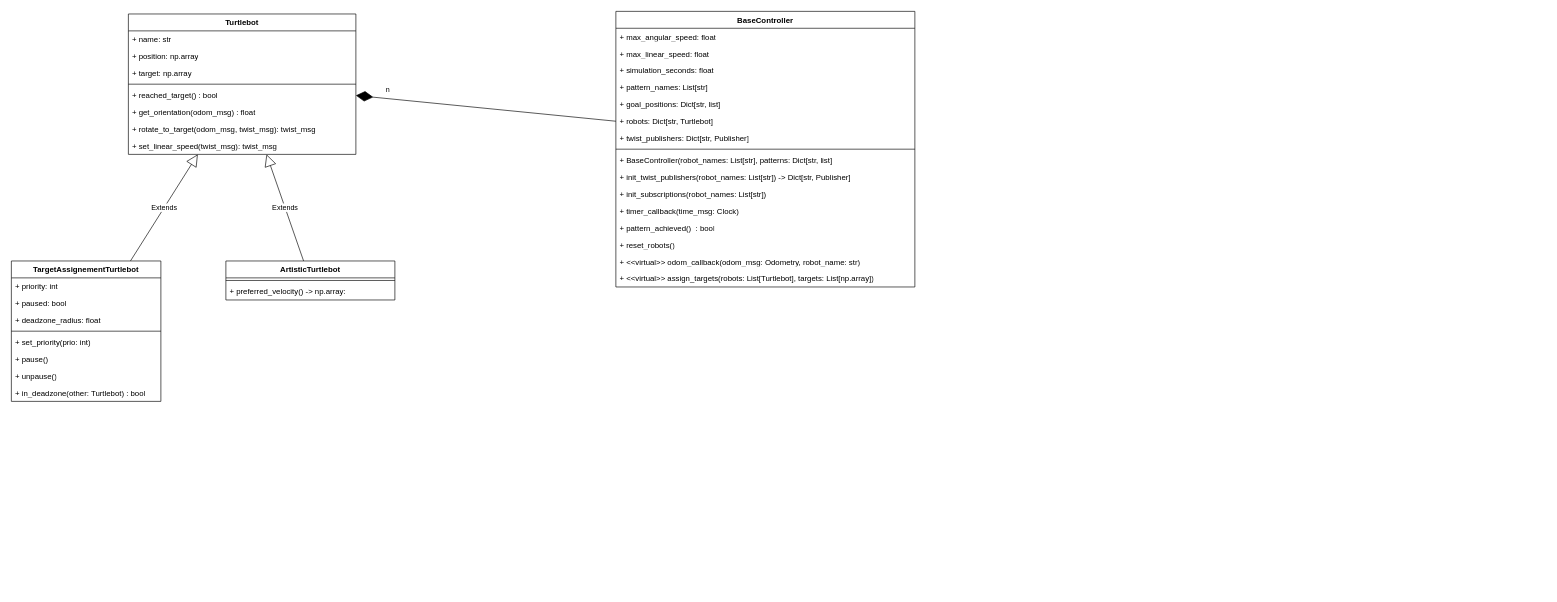
Above: diagrams/class_diagram.drawio in MariiaPoliakovaa/RobotFormations (draw.io), before the change. Source tidied: cells renumbered, new cells numbered last; positions are measured from the earlier drawing's top-left corner, leaving out a move shared by most shapes. Both pictures are drawn from the tidied source at 65%, with x=0, y=0 at pixel (11, 11).
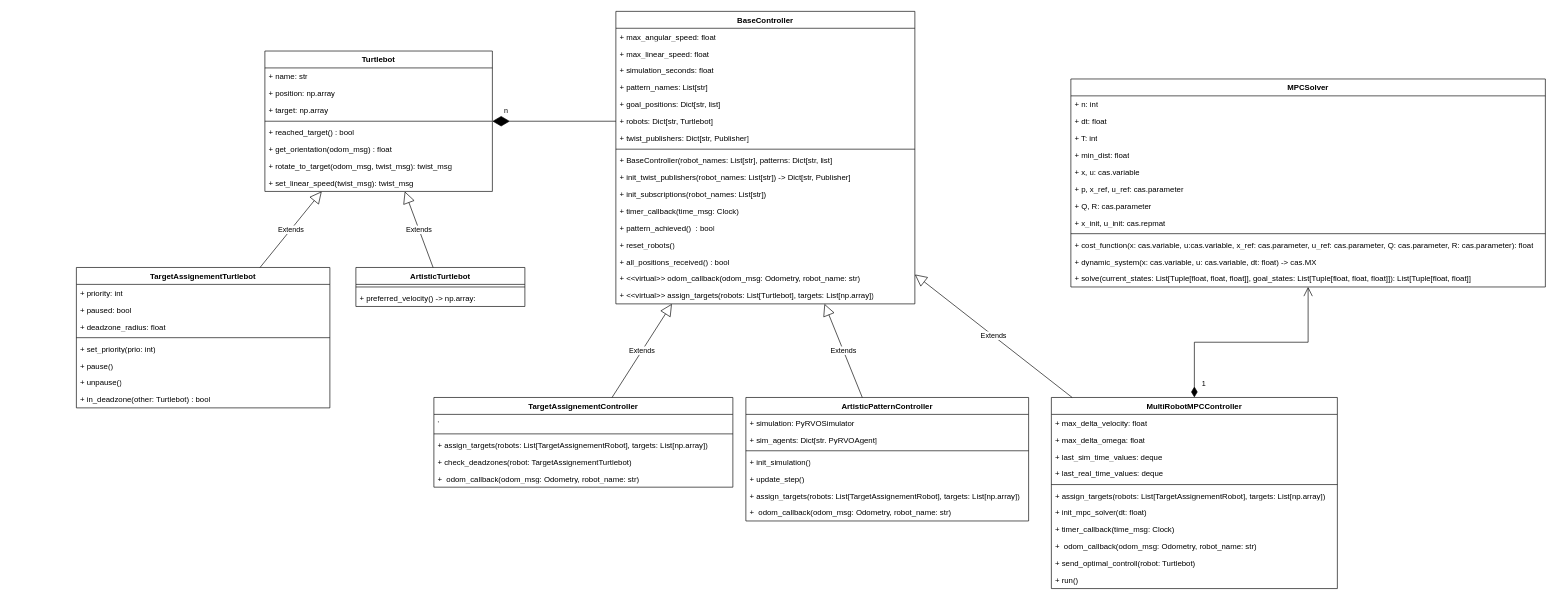
The same page after the edit.

The change refers to these unchanged cells:
```xml
<mxCell id="42" style="endArrow=diamondThin;endFill=1;endSize=24;html=1;rounded=0;exitX=0;exitY=0.5;exitDx=0;exitDy=0;" parent="1" edge="1" source="31" target="2">
  <mxGeometry relative="1" as="geometry" />
</mxCell>
```

Change to the diagram source:
```diff
@@
     <mxCell id="2" value="Turtlebot" style="swimlane;fontStyle=1;align=center;verticalAlign=top;horizontal=1;startSize=26;whiteSpace=wrap;html=1;" parent="1" vertex="1">
-      <mxGeometry x="180" y="4" width="350" height="216" as="geometry" />
+      <mxGeometry x="390" y="61" width="350" height="216" as="geometry" />
     </mxCell>
@@
     <mxCell id="11" value="TargetAssignementTurtlebot" style="swimlane;fontStyle=1;align=center;verticalAlign=top;horizontal=1;startSize=26;whiteSpace=wrap;html=1;" parent="1" vertex="1">
-      <mxGeometry y="384" width="230" height="216" as="geometry" />
+      <mxGeometry x="100" y="394" width="390" height="216" as="geometry" />
     </mxCell>
     <mxCell id="12" value="+ priority: int" style="text;strokeColor=none;fillColor=none;align=left;verticalAlign=top;spacingLeft=4;spacingRight=4;overflow=hidden;whiteSpace=wrap;html=1;" parent="11" vertex="1">
-      <mxGeometry y="26" width="230" height="26" as="geometry" />
+      <mxGeometry y="26" width="390" height="26" as="geometry" />
     </mxCell>
     <mxCell id="13" value="+ paused: bool" style="text;strokeColor=none;fillColor=none;align=left;verticalAlign=top;spacingLeft=4;spacingRight=4;overflow=hidden;whiteSpace=wrap;html=1;" parent="11" vertex="1">
-      <mxGeometry y="52" width="230" height="26" as="geometry" />
+      <mxGeometry y="52" width="390" height="26" as="geometry" />
     </mxCell>
     <mxCell id="14" value="+ deadzone_radius: float" style="text;strokeColor=none;fillColor=none;align=left;verticalAlign=top;spacingLeft=4;spacingRight=4;overflow=hidden;whiteSpace=wrap;html=1;" parent="11" vertex="1">
-      <mxGeometry y="78" width="230" height="26" as="geometry" />
+      <mxGeometry y="78" width="390" height="26" as="geometry" />
     </mxCell>
     <mxCell id="15" style="line;strokeWidth=1;fillColor=none;align=left;verticalAlign=middle;spacingTop=-1;spacingLeft=3;spacingRight=3;labelPosition=right;strokeColor=inherit;" parent="11" vertex="1">
-      <mxGeometry y="104" width="230" height="8" as="geometry" />
+      <mxGeometry y="104" width="390" height="8" as="geometry" />
     </mxCell>
     <mxCell id="16" value="+ set_priority(prio: int)" style="text;strokeColor=none;fillColor=none;align=left;verticalAlign=top;spacingLeft=4;spacingRight=4;overflow=hidden;whiteSpace=wrap;html=1;" parent="11" vertex="1">
-      <mxGeometry y="112" width="230" height="26" as="geometry" />
+      <mxGeometry y="112" width="390" height="26" as="geometry" />
     </mxCell>
     <mxCell id="17" value="+ pause()" style="text;strokeColor=none;fillColor=none;align=left;verticalAlign=top;spacingLeft=4;spacingRight=4;overflow=hidden;whiteSpace=wrap;html=1;" parent="11" vertex="1">
-      <mxGeometry y="138" width="230" height="26" as="geometry" />
+      <mxGeometry y="138" width="390" height="26" as="geometry" />
     </mxCell>
     <mxCell id="18" value="+ unpause()" style="text;strokeColor=none;fillColor=none;align=left;verticalAlign=top;spacingLeft=4;spacingRight=4;overflow=hidden;whiteSpace=wrap;html=1;" parent="11" vertex="1">
-      <mxGeometry y="164" width="230" height="26" as="geometry" />
+      <mxGeometry y="164" width="390" height="26" as="geometry" />
     </mxCell>
     <mxCell id="19" value="+ in_deadzone(other: Turtlebot) : bool" style="text;strokeColor=none;fillColor=none;align=left;verticalAlign=top;spacingLeft=4;spacingRight=4;overflow=hidden;whiteSpace=wrap;html=1;" parent="11" vertex="1">
-      <mxGeometry y="190" width="230" height="26" as="geometry" />
+      <mxGeometry y="190" width="390" height="26" as="geometry" />
     </mxCell>
     <mxCell id="20" value="ArtisticTurtlebot" style="swimlane;fontStyle=1;align=center;verticalAlign=top;horizontal=1;startSize=26;whiteSpace=wrap;html=1;" parent="1" vertex="1">
-      <mxGeometry x="330" y="384" width="260" height="60" as="geometry" />
+      <mxGeometry x="530" y="394" width="260" height="60" as="geometry" />
     </mxCell>
@@
     <mxCell id="25" value="BaseController" style="swimlane;fontStyle=1;align=center;verticalAlign=top;horizontal=1;startSize=26;whiteSpace=wrap;html=1;" parent="1" vertex="1">
-      <mxGeometry x="930" width="460" height="424" as="geometry" />
+      <mxGeometry x="930" width="460" height="450" as="geometry" />
     </mxCell>
@@
+    <mxCell id="44" value="+ all_positions_received() : bool" style="text;strokeColor=none;fillColor=none;align=left;verticalAlign=top;spacingLeft=4;spacingRight=4;overflow=hidden;whiteSpace=wrap;html=1;" parent="25" vertex="1">
+      <mxGeometry y="372" width="460" height="26" as="geometry" />
+    </mxCell>
     <mxCell id="40" value="+ &amp;lt;&amp;lt;virtual&amp;gt;&amp;gt; odom_callback(odom_msg: Odometry, robot_name: str)" style="text;strokeColor=none;fillColor=none;align=left;verticalAlign=top;spacingLeft=4;spacingRight=4;overflow=hidden;whiteSpace=wrap;html=1;" parent="25" vertex="1">
-      <mxGeometry y="372" width="460" height="26" as="geometry" />
+      <mxGeometry y="398" width="460" height="26" as="geometry" />
     </mxCell>
     <mxCell id="41" value="+ &amp;lt;&amp;lt;virtual&amp;gt;&amp;gt; assign_targets(robots: List[Turtlebot], targets: List[np.array])" style="text;strokeColor=none;fillColor=none;align=left;verticalAlign=top;spacingLeft=4;spacingRight=4;overflow=hidden;whiteSpace=wrap;html=1;" parent="25" vertex="1">
-      <mxGeometry y="398" width="460" height="26" as="geometry" />
+      <mxGeometry y="424" width="460" height="26" as="geometry" />
     </mxCell>
@@
     <mxCell id="43" value="n" style="edgeLabel;html=1;align=center;verticalAlign=middle;" parent="42" vertex="1">
       <mxGeometry x="-0.51" relative="1" as="geometry">
-        <mxPoint x="-254" y="-40" as="offset" />
+        <mxPoint x="-123" y="-17" as="offset" />
       </mxGeometry>
     </mxCell>
+    <mxCell id="45" value="TargetAssignementController" style="swimlane;fontStyle=1;align=center;verticalAlign=top;horizontal=1;startSize=26;whiteSpace=wrap;html=1;" parent="1" vertex="1">
+      <mxGeometry x="650" y="594" width="460" height="138" as="geometry" />
+    </mxCell>
+    <mxCell id="46" value="'" style="text;strokeColor=none;fillColor=none;align=left;verticalAlign=top;spacingLeft=4;spacingRight=4;overflow=hidden;whiteSpace=wrap;html=1;" parent="45" vertex="1">
+      <mxGeometry y="26" width="460" height="26" as="geometry" />
+    </mxCell>
+    <mxCell id="47" style="line;strokeWidth=1;fillColor=none;align=left;verticalAlign=middle;spacingTop=-1;spacingLeft=3;spacingRight=3;labelPosition=right;strokeColor=inherit;" parent="45" vertex="1">
+      <mxGeometry y="52" width="460" height="8" as="geometry" />
+    </mxCell>
+    <mxCell id="48" value="+ assign_targets(robots: List[TargetAssignementRobot], targets: List[np.array])" style="text;strokeColor=none;fillColor=none;align=left;verticalAlign=top;spacingLeft=4;spacingRight=4;overflow=hidden;whiteSpace=wrap;html=1;" parent="45" vertex="1">
+      <mxGeometry y="60" width="460" height="26" as="geometry" />
+    </mxCell>
+    <mxCell id="49" value="+ check_deadzones(robot: TargetAssignementTurtlebot)" style="text;strokeColor=none;fillColor=none;align=left;verticalAlign=top;spacingLeft=4;spacingRight=4;overflow=hidden;whiteSpace=wrap;html=1;" parent="45" vertex="1">
+      <mxGeometry y="86" width="460" height="26" as="geometry" />
+    </mxCell>
+    <mxCell id="50" value="+&amp;nbsp; odom_callback(odom_msg: Odometry, robot_name: str)" style="text;strokeColor=none;fillColor=none;align=left;verticalAlign=top;spacingLeft=4;spacingRight=4;overflow=hidden;whiteSpace=wrap;html=1;" parent="45" vertex="1">
+      <mxGeometry y="112" width="460" height="26" as="geometry" />
+    </mxCell>
+    <mxCell id="51" value="Extends" style="endArrow=block;endSize=16;endFill=0;html=1;rounded=0;" parent="1" edge="1" source="45" target="25">
+      <mxGeometry relative="1" as="geometry" />
+    </mxCell>
+    <mxCell id="52" value="ArtisticPatternController" style="swimlane;fontStyle=1;align=center;verticalAlign=top;horizontal=1;startSize=26;whiteSpace=wrap;html=1;" parent="1" vertex="1">
+      <mxGeometry x="1130" y="594" width="435" height="190" as="geometry" />
+    </mxCell>
+    <mxCell id="53" value="+ simulation: PyRVOSimulator" style="text;strokeColor=none;fillColor=none;align=left;verticalAlign=top;spacingLeft=4;spacingRight=4;overflow=hidden;whiteSpace=wrap;html=1;" parent="52" vertex="1">
+      <mxGeometry y="26" width="435" height="26" as="geometry" />
+    </mxCell>
+    <mxCell id="54" value="+ sim_agents: Dict[str. PyRVOAgent]" style="text;strokeColor=none;fillColor=none;align=left;verticalAlign=top;spacingLeft=4;spacingRight=4;overflow=hidden;whiteSpace=wrap;html=1;" parent="52" vertex="1">
+      <mxGeometry y="52" width="435" height="26" as="geometry" />
+    </mxCell>
+    <mxCell id="55" style="line;strokeWidth=1;fillColor=none;align=left;verticalAlign=middle;spacingTop=-1;spacingLeft=3;spacingRight=3;labelPosition=right;strokeColor=inherit;" parent="52" vertex="1">
+      <mxGeometry y="78" width="435" height="8" as="geometry" />
+    </mxCell>
+    <mxCell id="56" value="+ init_simulation()" style="text;strokeColor=none;fillColor=none;align=left;verticalAlign=top;spacingLeft=4;spacingRight=4;overflow=hidden;whiteSpace=wrap;html=1;" parent="52" vertex="1">
+      <mxGeometry y="86" width="435" height="26" as="geometry" />
+    </mxCell>
+    <mxCell id="57" value="+ update_step()" style="text;strokeColor=none;fillColor=none;align=left;verticalAlign=top;spacingLeft=4;spacingRight=4;overflow=hidden;whiteSpace=wrap;html=1;" parent="52" vertex="1">
+      <mxGeometry y="112" width="435" height="26" as="geometry" />
+    </mxCell>
+    <mxCell id="58" value="+ assign_targets(robots: List[TargetAssignementRobot], targets: List[np.array])" style="text;strokeColor=none;fillColor=none;align=left;verticalAlign=top;spacingLeft=4;spacingRight=4;overflow=hidden;whiteSpace=wrap;html=1;" parent="52" vertex="1">
+      <mxGeometry y="138" width="435" height="26" as="geometry" />
+    </mxCell>
+    <mxCell id="59" value="+&amp;nbsp; odom_callback(odom_msg: Odometry, robot_name: str)" style="text;strokeColor=none;fillColor=none;align=left;verticalAlign=top;spacingLeft=4;spacingRight=4;overflow=hidden;whiteSpace=wrap;html=1;" parent="52" vertex="1">
+      <mxGeometry y="164" width="435" height="26" as="geometry" />
+    </mxCell>
+    <mxCell id="60" value="Extends" style="endArrow=block;endSize=16;endFill=0;html=1;rounded=0;" parent="1" edge="1" source="52" target="25">
+      <mxGeometry relative="1" as="geometry" />
+    </mxCell>
+    <mxCell id="61" value="MultiRobotMPCController" style="swimlane;fontStyle=1;align=center;verticalAlign=top;horizontal=1;startSize=26;whiteSpace=wrap;html=1;" parent="1" vertex="1">
+      <mxGeometry x="1600" y="594" width="440" height="294" as="geometry" />
+    </mxCell>
+    <mxCell id="62" value="+ max_delta_velocity: float" style="text;strokeColor=none;fillColor=none;align=left;verticalAlign=top;spacingLeft=4;spacingRight=4;overflow=hidden;whiteSpace=wrap;html=1;" parent="61" vertex="1">
+      <mxGeometry y="26" width="440" height="26" as="geometry" />
+    </mxCell>
+    <mxCell id="63" value="+ max_delta_omega: float" style="text;strokeColor=none;fillColor=none;align=left;verticalAlign=top;spacingLeft=4;spacingRight=4;overflow=hidden;whiteSpace=wrap;html=1;" parent="61" vertex="1">
+      <mxGeometry y="52" width="440" height="26" as="geometry" />
+    </mxCell>
+    <mxCell id="64" value="+ last_sim_time_values: deque" style="text;strokeColor=none;fillColor=none;align=left;verticalAlign=top;spacingLeft=4;spacingRight=4;overflow=hidden;whiteSpace=wrap;html=1;" parent="61" vertex="1">
+      <mxGeometry y="78" width="440" height="26" as="geometry" />
+    </mxCell>
+    <mxCell id="65" value="+ last_real_time_values: deque" style="text;strokeColor=none;fillColor=none;align=left;verticalAlign=top;spacingLeft=4;spacingRight=4;overflow=hidden;whiteSpace=wrap;html=1;" parent="61" vertex="1">
+      <mxGeometry y="104" width="440" height="26" as="geometry" />
+    </mxCell>
+    <mxCell id="66" style="line;strokeWidth=1;fillColor=none;align=left;verticalAlign=middle;spacingTop=-1;spacingLeft=3;spacingRight=3;labelPosition=right;strokeColor=inherit;" parent="61" vertex="1">
+      <mxGeometry y="130" width="440" height="8" as="geometry" />
+    </mxCell>
+    <mxCell id="67" value="+ assign_targets(robots: List[TargetAssignementRobot], targets: List[np.array])" style="text;strokeColor=none;fillColor=none;align=left;verticalAlign=top;spacingLeft=4;spacingRight=4;overflow=hidden;whiteSpace=wrap;html=1;" parent="61" vertex="1">
+      <mxGeometry y="138" width="440" height="26" as="geometry" />
+    </mxCell>
+    <mxCell id="68" value="+ init_mpc_solver(dt: float)" style="text;strokeColor=none;fillColor=none;align=left;verticalAlign=top;spacingLeft=4;spacingRight=4;overflow=hidden;whiteSpace=wrap;html=1;" parent="61" vertex="1">
+      <mxGeometry y="164" width="440" height="26" as="geometry" />
+    </mxCell>
+    <mxCell id="69" value="+ timer_callback(time_msg: Clock)" style="text;strokeColor=none;fillColor=none;align=left;verticalAlign=top;spacingLeft=4;spacingRight=4;overflow=hidden;whiteSpace=wrap;html=1;" parent="61" vertex="1">
+      <mxGeometry y="190" width="440" height="26" as="geometry" />
+    </mxCell>
+    <mxCell id="70" value="+&amp;nbsp; odom_callback(odom_msg: Odometry, robot_name: str)" style="text;strokeColor=none;fillColor=none;align=left;verticalAlign=top;spacingLeft=4;spacingRight=4;overflow=hidden;whiteSpace=wrap;html=1;" parent="61" vertex="1">
+      <mxGeometry y="216" width="440" height="26" as="geometry" />
+    </mxCell>
+    <mxCell id="71" value="+ send_optimal_controll(robot: Turtlebot)" style="text;strokeColor=none;fillColor=none;align=left;verticalAlign=top;spacingLeft=4;spacingRight=4;overflow=hidden;whiteSpace=wrap;html=1;" parent="61" vertex="1">
+      <mxGeometry y="242" width="440" height="26" as="geometry" />
+    </mxCell>
+    <mxCell id="72" value="+ run()" style="text;strokeColor=none;fillColor=none;align=left;verticalAlign=top;spacingLeft=4;spacingRight=4;overflow=hidden;whiteSpace=wrap;html=1;" parent="61" vertex="1">
+      <mxGeometry y="268" width="440" height="26" as="geometry" />
+    </mxCell>
+    <mxCell id="73" value="Extends" style="endArrow=block;endSize=16;endFill=0;html=1;rounded=0;" parent="1" edge="1" source="61" target="25">
+      <mxGeometry relative="1" as="geometry" />
+    </mxCell>
+    <mxCell id="74" value="MPCSolver" style="swimlane;fontStyle=1;align=center;verticalAlign=top;horizontal=1;startSize=26;whiteSpace=wrap;html=1;" parent="1" vertex="1">
+      <mxGeometry x="1630" y="104" width="730" height="320" as="geometry" />
+    </mxCell>
+    <mxCell id="75" value="+ n: int" style="text;strokeColor=none;fillColor=none;align=left;verticalAlign=top;spacingLeft=4;spacingRight=4;overflow=hidden;whiteSpace=wrap;html=1;" parent="74" vertex="1">
+      <mxGeometry y="26" width="730" height="26" as="geometry" />
+    </mxCell>
+    <mxCell id="76" value="+ dt: float" style="text;strokeColor=none;fillColor=none;align=left;verticalAlign=top;spacingLeft=4;spacingRight=4;overflow=hidden;whiteSpace=wrap;html=1;" parent="74" vertex="1">
+      <mxGeometry y="52" width="730" height="26" as="geometry" />
+    </mxCell>
+    <mxCell id="77" value="+ T: int" style="text;strokeColor=none;fillColor=none;align=left;verticalAlign=top;spacingLeft=4;spacingRight=4;overflow=hidden;whiteSpace=wrap;html=1;" parent="74" vertex="1">
+      <mxGeometry y="78" width="730" height="26" as="geometry" />
+    </mxCell>
+    <mxCell id="78" value="+ min_dist: float" style="text;strokeColor=none;fillColor=none;align=left;verticalAlign=top;spacingLeft=4;spacingRight=4;overflow=hidden;whiteSpace=wrap;html=1;" parent="74" vertex="1">
+      <mxGeometry y="104" width="730" height="26" as="geometry" />
+    </mxCell>
+    <mxCell id="79" value="+ x, u: cas.variable" style="text;strokeColor=none;fillColor=none;align=left;verticalAlign=top;spacingLeft=4;spacingRight=4;overflow=hidden;whiteSpace=wrap;html=1;" parent="74" vertex="1">
+      <mxGeometry y="130" width="730" height="26" as="geometry" />
+    </mxCell>
+    <mxCell id="80" value="+ p, x_ref, u_ref: cas.parameter" style="text;strokeColor=none;fillColor=none;align=left;verticalAlign=top;spacingLeft=4;spacingRight=4;overflow=hidden;whiteSpace=wrap;html=1;" parent="74" vertex="1">
+      <mxGeometry y="156" width="730" height="26" as="geometry" />
+    </mxCell>
+    <mxCell id="81" value="+ Q, R: cas.parameter" style="text;strokeColor=none;fillColor=none;align=left;verticalAlign=top;spacingLeft=4;spacingRight=4;overflow=hidden;whiteSpace=wrap;html=1;" parent="74" vertex="1">
+      <mxGeometry y="182" width="730" height="26" as="geometry" />
+    </mxCell>
+    <mxCell id="82" value="+ x_init, u_init: cas.repmat" style="text;strokeColor=none;fillColor=none;align=left;verticalAlign=top;spacingLeft=4;spacingRight=4;overflow=hidden;whiteSpace=wrap;html=1;" parent="74" vertex="1">
+      <mxGeometry y="208" width="730" height="26" as="geometry" />
+    </mxCell>
+    <mxCell id="83" style="line;strokeWidth=1;fillColor=none;align=left;verticalAlign=middle;spacingTop=-1;spacingLeft=3;spacingRight=3;labelPosition=right;strokeColor=inherit;" parent="74" vertex="1">
+      <mxGeometry y="234" width="730" height="8" as="geometry" />
+    </mxCell>
+    <mxCell id="84" value="+ cost_function(x: cas.variable, u:cas.variable, x_ref: cas.parameter, u_ref: cas.parameter, Q: cas.parameter, R: cas.parameter): float" style="text;strokeColor=none;fillColor=none;align=left;verticalAlign=top;spacingLeft=4;spacingRight=4;overflow=hidden;whiteSpace=wrap;html=1;" parent="74" vertex="1">
+      <mxGeometry y="242" width="730" height="26" as="geometry" />
+    </mxCell>
+    <mxCell id="85" value="+ dynamic_system(x: cas.variable, u: cas.variable, dt: float) -&amp;gt; cas.MX" style="text;strokeColor=none;fillColor=none;align=left;verticalAlign=top;spacingLeft=4;spacingRight=4;overflow=hidden;whiteSpace=wrap;html=1;" parent="74" vertex="1">
+      <mxGeometry y="268" width="730" height="26" as="geometry" />
+    </mxCell>
+    <mxCell id="86" value="+ solve(current_states: List[Tuple[float, float, float]], goal_states: List[Tuple[float, float, float]]): List[Tuple[float, float]]" style="text;strokeColor=none;fillColor=none;align=left;verticalAlign=top;spacingLeft=4;spacingRight=4;overflow=hidden;whiteSpace=wrap;html=1;" parent="74" vertex="1">
+      <mxGeometry y="294" width="730" height="26" as="geometry" />
+    </mxCell>
+    <mxCell id="87" value="1" style="endArrow=open;html=1;endSize=12;startArrow=diamondThin;startSize=14;startFill=1;edgeStyle=orthogonalEdgeStyle;align=left;verticalAlign=bottom;rounded=0;" parent="1" edge="1" source="61" target="74">
+      <mxGeometry x="-0.93" y="-10" relative="1" as="geometry" />
+    </mxCell>
```
